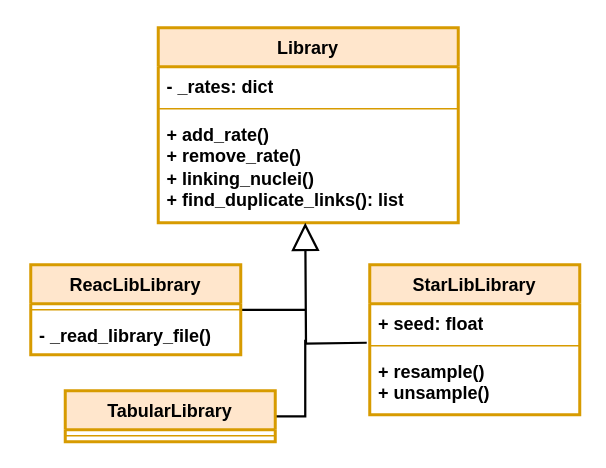
This is uml-diagrams/library.drawio from pynucastro/pynucastro3.0-paper-notebooks, a draw.io file, before an edit. Source tidied: cells renumbered, new cells numbered last; positions are measured from the earlier drawing's top-left corner, leaving out a move shared by most shapes. Both pictures are drawn from the tidied source at 150%, with x=0, y=0 at pixel (30, 27).
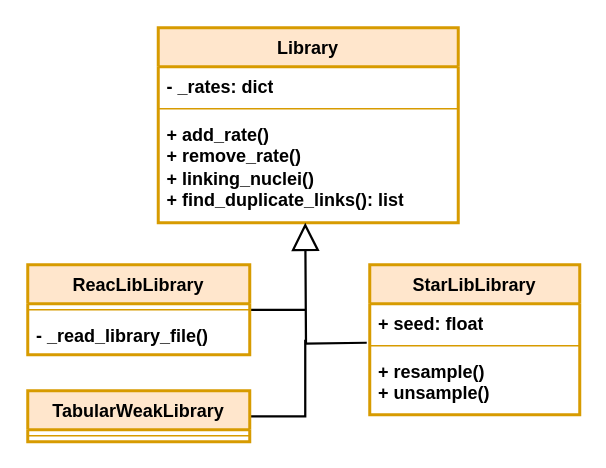
After the change.

Change to the diagram source:
```diff
@@
     <mxCell id="7" value="ReacLibLibrary" style="swimlane;fontStyle=1;align=center;verticalAlign=top;horizontal=1;startSize=26;rounded=0;strokeColor=#d79b00;strokeWidth=2;swimlaneFillColor=none;fontFamily=Helvetica;fontSize=12;fontColor=default;fillColor=#ffe6cc;whiteSpace=wrap;html=1;" parent="1" vertex="1">
-      <mxGeometry y="158" width="140" height="60" as="geometry" />
+      <mxGeometry x="-2" y="158" width="148" height="60" as="geometry" />
     </mxCell>
     <mxCell id="8" style="line;strokeWidth=1;fillColor=none;align=left;verticalAlign=middle;spacingTop=-1;spacingLeft=3;spacingRight=3;labelPosition=right;strokeColor=inherit;rounded=0;swimlaneFillColor=none;fontFamily=Helvetica;fontSize=12;fontColor=default;fontStyle=1;horizontal=1;" parent="7" vertex="1">
-      <mxGeometry y="26" width="140" height="8" as="geometry" />
+      <mxGeometry y="26" width="148" height="8" as="geometry" />
     </mxCell>
     <mxCell id="9" value="- _read_library_file()" style="text;strokeColor=none;fillColor=none;align=left;verticalAlign=top;spacingLeft=4;spacingRight=4;overflow=hidden;whiteSpace=wrap;html=1;fontFamily=Helvetica;fontSize=12;fontColor=default;fontStyle=1;horizontal=1;" parent="7" vertex="1">
-      <mxGeometry y="34" width="140" height="26" as="geometry" />
+      <mxGeometry y="34" width="148" height="26" as="geometry" />
     </mxCell>
@@
-    <mxCell id="11" value="TabularLibrary" style="swimlane;fontStyle=1;align=center;verticalAlign=top;horizontal=1;startSize=26;rounded=0;strokeColor=#d79b00;strokeWidth=2;swimlaneFillColor=none;fontFamily=Helvetica;fontSize=12;fontColor=default;fillColor=#ffe6cc;whiteSpace=wrap;html=1;" parent="1" vertex="1">
-      <mxGeometry x="23" y="242" width="140" height="34" as="geometry" />
+    <mxCell id="11" value="TabularWeakLibrary" style="swimlane;fontStyle=1;align=center;verticalAlign=top;horizontal=1;startSize=26;rounded=0;strokeColor=#d79b00;strokeWidth=2;swimlaneFillColor=none;fontFamily=Helvetica;fontSize=12;fontColor=default;fillColor=#ffe6cc;whiteSpace=wrap;html=1;" parent="1" vertex="1">
+      <mxGeometry x="-2" y="242" width="148" height="34" as="geometry" />
     </mxCell>
     <mxCell id="12" style="line;strokeWidth=1;fillColor=none;align=left;verticalAlign=middle;spacingTop=-1;spacingLeft=3;spacingRight=3;labelPosition=right;strokeColor=inherit;rounded=0;swimlaneFillColor=none;fontFamily=Helvetica;fontSize=12;fontColor=default;fontStyle=1;horizontal=1;" parent="11" vertex="1">
-      <mxGeometry y="26" width="140" height="8" as="geometry" />
+      <mxGeometry y="26" width="148" height="8" as="geometry" />
     </mxCell>
```
